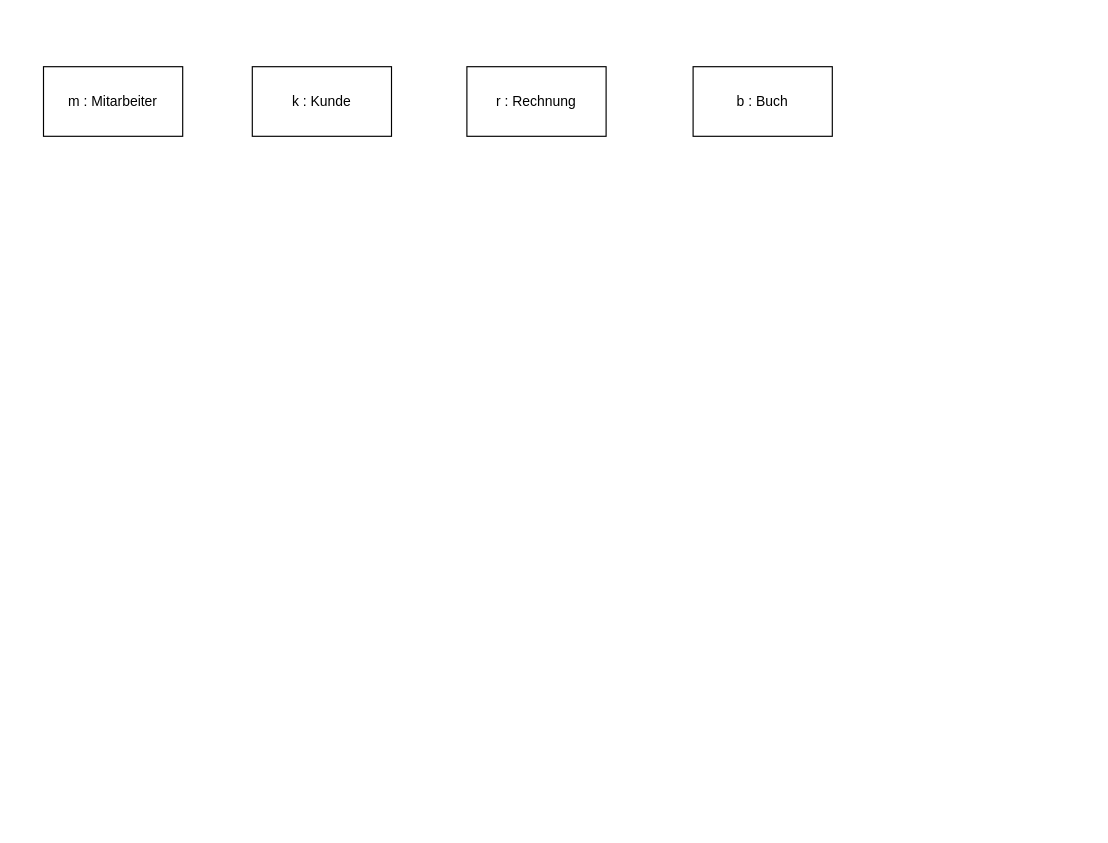
Before: Tag_4/sd_Bibliothek_Rechnung.drawio in McLutzifer/WIFI_SW-Engineering, a draw.io diagram. Source tidied: cells renumbered, new cells numbered last; positions are measured from the earlier drawing's top-left corner, leaving out a move shared by most shapes. Both pictures are drawn from the tidied source at 116%, with x=0, y=0 at pixel (43, 66).
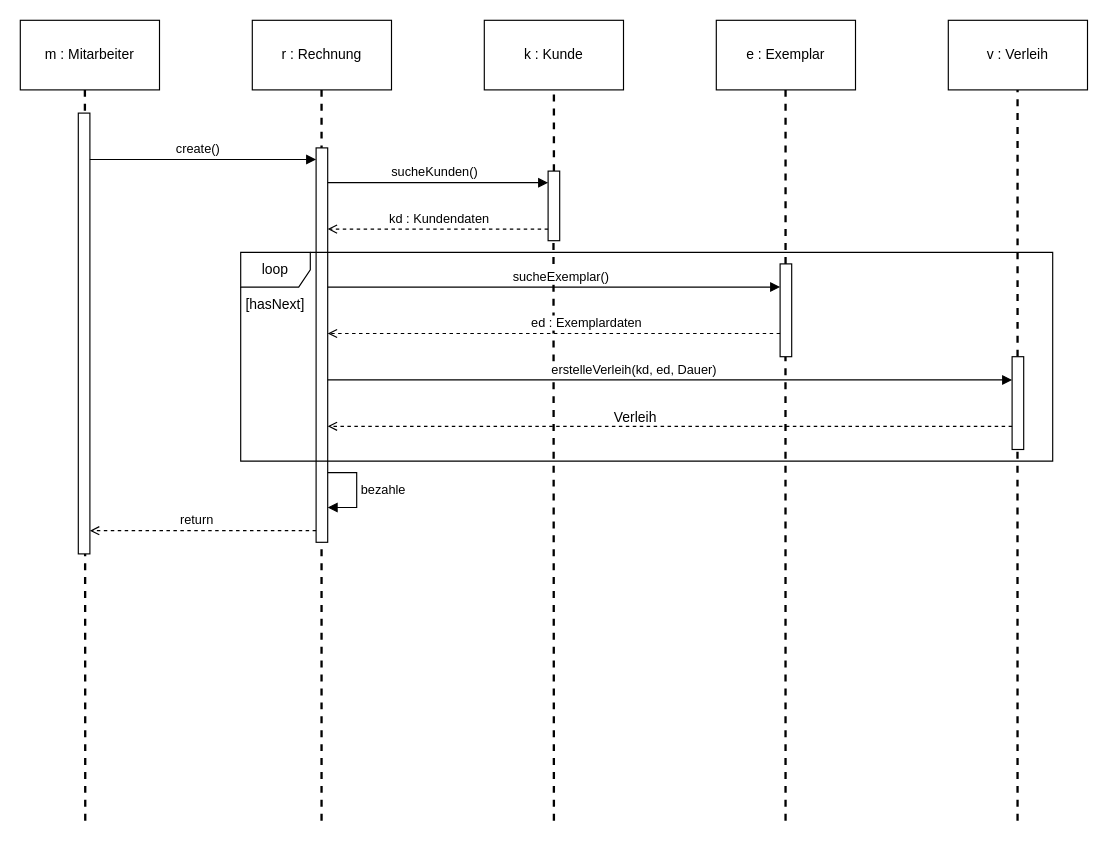
The same diagram, later.

The edit, as a diff of the source:
```diff
@@
     <mxCell id="2" value="m : Mitarbeiter" style="rounded=0;whiteSpace=wrap;html=1;" parent="1" vertex="1">
-      <mxGeometry width="120" height="60" as="geometry" />
+      <mxGeometry x="-20" y="-40" width="120" height="60" as="geometry" />
     </mxCell>
     <mxCell id="3" value="r : Rechnung" style="rounded=0;whiteSpace=wrap;html=1;" parent="1" vertex="1">
-      <mxGeometry x="365" width="120" height="60" as="geometry" />
+      <mxGeometry x="180" y="-40" width="120" height="60" as="geometry" />
     </mxCell>
-    <mxCell id="4" value="b : Buch" style="rounded=0;whiteSpace=wrap;html=1;" parent="1" vertex="1">
-      <mxGeometry x="560" width="120" height="60" as="geometry" />
+    <mxCell id="4" value="e : Exemplar" style="rounded=0;whiteSpace=wrap;html=1;" parent="1" vertex="1">
+      <mxGeometry x="580" y="-40" width="120" height="60" as="geometry" />
     </mxCell>
     <mxCell id="5" value="k : Kunde" style="rounded=0;whiteSpace=wrap;html=1;" parent="1" vertex="1">
-      <mxGeometry x="180" width="120" height="60" as="geometry" />
+      <mxGeometry x="380" y="-40" width="120" height="60" as="geometry" />
     </mxCell>
+    <mxCell id="6" value="v : Verleih" style="rounded=0;whiteSpace=wrap;html=1;" parent="1" vertex="1">
+      <mxGeometry x="780" y="-40" width="120" height="60" as="geometry" />
+    </mxCell>
+    <mxCell id="7" style="endArrow=none;dashed=1;html=1;rounded=0;entryX=0.464;entryY=1.002;entryDx=0;entryDy=0;entryPerimeter=0;strokeWidth=2;" parent="1" edge="1" target="2">
+      <mxGeometry relative="1" as="geometry">
+        <mxPoint x="36" y="650" as="sourcePoint" />
+      </mxGeometry>
+    </mxCell>
+    <mxCell id="8" style="endArrow=none;dashed=1;html=1;rounded=0;entryX=0.464;entryY=1.002;entryDx=0;entryDy=0;entryPerimeter=0;strokeWidth=2;" parent="1" edge="1">
+      <mxGeometry relative="1" as="geometry">
+        <mxPoint x="239.7" y="650" as="sourcePoint" />
+        <mxPoint x="239.7" y="20" as="targetPoint" />
+      </mxGeometry>
+    </mxCell>
+    <mxCell id="9" style="endArrow=none;dashed=1;html=1;rounded=0;entryX=0.464;entryY=1.002;entryDx=0;entryDy=0;entryPerimeter=0;strokeWidth=2;" parent="1" edge="1" source="17">
+      <mxGeometry relative="1" as="geometry">
+        <mxPoint x="440" y="20" as="targetPoint" />
+      </mxGeometry>
+    </mxCell>
+    <mxCell id="10" style="endArrow=none;dashed=1;html=1;rounded=0;entryX=0.464;entryY=1.002;entryDx=0;entryDy=0;entryPerimeter=0;strokeWidth=2;" parent="1" edge="1" source="23">
+      <mxGeometry relative="1" as="geometry">
+        <mxPoint x="639.7" y="20" as="targetPoint" />
+      </mxGeometry>
+    </mxCell>
+    <mxCell id="11" style="endArrow=none;dashed=1;html=1;rounded=0;entryX=0.464;entryY=1.002;entryDx=0;entryDy=0;entryPerimeter=0;strokeWidth=2;" parent="1" edge="1" source="29">
+      <mxGeometry relative="1" as="geometry">
+        <mxPoint x="839.7" y="20" as="targetPoint" />
+      </mxGeometry>
+    </mxCell>
+    <mxCell id="12" style="html=1;points=[];perimeter=orthogonalPerimeter;outlineConnect=0;targetShapes=umlLifeline;portConstraint=eastwest;newEdgeStyle={&quot;edgeStyle&quot;:&quot;elbowEdgeStyle&quot;,&quot;elbow&quot;:&quot;vertical&quot;,&quot;curved&quot;:0,&quot;rounded&quot;:0};" parent="1" vertex="1">
+      <mxGeometry x="30" y="40" width="10" height="380" as="geometry" />
+    </mxCell>
+    <mxCell id="13" style="html=1;points=[];perimeter=orthogonalPerimeter;outlineConnect=0;targetShapes=umlLifeline;portConstraint=eastwest;newEdgeStyle={&quot;edgeStyle&quot;:&quot;elbowEdgeStyle&quot;,&quot;elbow&quot;:&quot;vertical&quot;,&quot;curved&quot;:0,&quot;rounded&quot;:0};" parent="1" vertex="1">
+      <mxGeometry x="235" y="70" width="10" height="340" as="geometry" />
+    </mxCell>
+    <mxCell id="14" style="endArrow=block;html=1;rounded=0;endFill=1;" parent="1" edge="1" source="12" target="13">
+      <mxGeometry relative="1" as="geometry">
+        <Array as="points">
+          <mxPoint x="170" y="80" />
+        </Array>
+      </mxGeometry>
+    </mxCell>
+    <mxCell id="15" value="create()" style="edgeLabel;html=1;align=center;verticalAlign=middle;" parent="14" vertex="1">
+      <mxGeometry x="-0.29" relative="1" as="geometry">
+        <mxPoint x="23" y="-10" as="offset" />
+      </mxGeometry>
+    </mxCell>
+    <mxCell id="16" style="endArrow=none;dashed=1;html=1;rounded=0;entryX=0.464;entryY=1.002;entryDx=0;entryDy=0;entryPerimeter=0;strokeWidth=2;" parent="1" edge="1" target="17">
+      <mxGeometry relative="1" as="geometry">
+        <mxPoint x="440" y="650" as="sourcePoint" />
+      </mxGeometry>
+    </mxCell>
+    <mxCell id="17" style="html=1;points=[];perimeter=orthogonalPerimeter;outlineConnect=0;targetShapes=umlLifeline;portConstraint=eastwest;newEdgeStyle={&quot;edgeStyle&quot;:&quot;elbowEdgeStyle&quot;,&quot;elbow&quot;:&quot;vertical&quot;,&quot;curved&quot;:0,&quot;rounded&quot;:0};" parent="1" vertex="1">
+      <mxGeometry x="435" y="90" width="10" height="60" as="geometry" />
+    </mxCell>
+    <mxCell id="18" style="endArrow=block;html=1;rounded=0;endFill=1;" parent="1" edge="1" source="13" target="17">
+      <mxGeometry relative="1" as="geometry">
+        <Array as="points">
+          <mxPoint x="330" y="100" />
+        </Array>
+      </mxGeometry>
+    </mxCell>
+    <mxCell id="19" value="sucheKunden()" style="edgeLabel;html=1;align=center;verticalAlign=middle;" parent="18" vertex="1">
+      <mxGeometry x="-0.04" y="1" relative="1" as="geometry">
+        <mxPoint y="-9" as="offset" />
+      </mxGeometry>
+    </mxCell>
+    <mxCell id="20" style="endArrow=open;html=1;rounded=0;dashed=1;endFill=0;" parent="1" edge="1" source="17" target="13">
+      <mxGeometry relative="1" as="geometry">
+        <Array as="points">
+          <mxPoint x="370" y="140" />
+        </Array>
+      </mxGeometry>
+    </mxCell>
+    <mxCell id="21" value="kd : Kundendaten" style="edgeLabel;html=1;align=center;verticalAlign=middle;" parent="20" vertex="1">
+      <mxGeometry x="0.2" relative="1" as="geometry">
+        <mxPoint x="19" y="-10" as="offset" />
+      </mxGeometry>
+    </mxCell>
+    <mxCell id="22" style="endArrow=none;dashed=1;html=1;rounded=0;entryX=0.464;entryY=1.002;entryDx=0;entryDy=0;entryPerimeter=0;strokeWidth=2;" parent="1" edge="1" target="23">
+      <mxGeometry relative="1" as="geometry">
+        <mxPoint x="639.7" y="650" as="sourcePoint" />
+      </mxGeometry>
+    </mxCell>
+    <mxCell id="23" style="html=1;points=[];perimeter=orthogonalPerimeter;outlineConnect=0;targetShapes=umlLifeline;portConstraint=eastwest;newEdgeStyle={&quot;edgeStyle&quot;:&quot;elbowEdgeStyle&quot;,&quot;elbow&quot;:&quot;vertical&quot;,&quot;curved&quot;:0,&quot;rounded&quot;:0};" parent="1" vertex="1">
+      <mxGeometry x="635" y="170" width="10" height="80" as="geometry" />
+    </mxCell>
+    <mxCell id="24" style="endArrow=block;html=1;rounded=0;endFill=1;" parent="1" edge="1" source="13" target="23">
+      <mxGeometry relative="1" as="geometry">
+        <Array as="points">
+          <mxPoint x="340" y="190" />
+          <mxPoint x="400" y="190" />
+          <mxPoint x="460" y="190" />
+          <mxPoint x="500" y="190" />
+          <mxPoint x="590" y="190" />
+        </Array>
+      </mxGeometry>
+    </mxCell>
+    <mxCell id="25" value="sucheExemplar()" style="edgeLabel;html=1;align=center;verticalAlign=middle;" parent="24" vertex="1">
+      <mxGeometry x="0.45" y="1" relative="1" as="geometry">
+        <mxPoint x="-83" y="-9" as="offset" />
+      </mxGeometry>
+    </mxCell>
+    <mxCell id="26" style="endArrow=open;html=1;rounded=0;endFill=0;dashed=1;" parent="1" edge="1" source="23" target="13">
+      <mxGeometry relative="1" as="geometry">
+        <Array as="points">
+          <mxPoint x="520" y="230" />
+        </Array>
+      </mxGeometry>
+    </mxCell>
+    <mxCell id="27" value="ed : Exemplardaten" style="edgeLabel;html=1;align=center;verticalAlign=middle;" parent="26" vertex="1">
+      <mxGeometry x="-0.14" y="-3" relative="1" as="geometry">
+        <mxPoint y="-7" as="offset" />
+      </mxGeometry>
+    </mxCell>
+    <mxCell id="28" style="endArrow=none;dashed=1;html=1;rounded=0;entryX=0.464;entryY=1.002;entryDx=0;entryDy=0;entryPerimeter=0;strokeWidth=2;" parent="1" edge="1" target="29">
+      <mxGeometry relative="1" as="geometry">
+        <mxPoint x="839.7" y="650" as="sourcePoint" />
+      </mxGeometry>
+    </mxCell>
+    <mxCell id="29" style="html=1;points=[];perimeter=orthogonalPerimeter;outlineConnect=0;targetShapes=umlLifeline;portConstraint=eastwest;newEdgeStyle={&quot;edgeStyle&quot;:&quot;elbowEdgeStyle&quot;,&quot;elbow&quot;:&quot;vertical&quot;,&quot;curved&quot;:0,&quot;rounded&quot;:0};" parent="1" vertex="1">
+      <mxGeometry x="835" y="250" width="10" height="80" as="geometry" />
+    </mxCell>
+    <mxCell id="30" style="endArrow=block;html=1;rounded=0;endFill=1;" parent="1" edge="1" source="13" target="29">
+      <mxGeometry relative="1" as="geometry">
+        <Array as="points">
+          <mxPoint x="730" y="270" />
+        </Array>
+      </mxGeometry>
+    </mxCell>
+    <mxCell id="31" value="erstelleVerleih(kd, ed, Dauer)" style="edgeLabel;html=1;align=center;verticalAlign=middle;" parent="30" vertex="1">
+      <mxGeometry x="-0.11" y="2" relative="1" as="geometry">
+        <mxPoint y="-8" as="offset" />
+      </mxGeometry>
+    </mxCell>
+    <mxCell id="32" style="endArrow=open;html=1;rounded=0;dashed=1;endFill=0;" parent="1" edge="1" source="29" target="13">
+      <mxGeometry relative="1" as="geometry">
+        <Array as="points">
+          <mxPoint x="500" y="310" />
+        </Array>
+      </mxGeometry>
+    </mxCell>
+    <mxCell id="33" value="Verleih" style="text;html=1;align=center;verticalAlign=middle;strokeColor=none;fillColor=none;" parent="1" vertex="1">
+      <mxGeometry x="480" y="288" width="60" height="30" as="geometry" />
+    </mxCell>
+    <mxCell id="34" value="bezahle" style="html=1;align=left;spacingLeft=2;endArrow=block;rounded=0;edgeStyle=orthogonalEdgeStyle;curved=0;rounded=0;" parent="1" edge="1">
+      <mxGeometry relative="1" as="geometry">
+        <mxPoint x="245" y="350" as="sourcePoint" />
+        <mxPoint x="245" y="380" as="targetPoint" />
+        <Array as="points">
+          <mxPoint x="270" y="380" />
+        </Array>
+      </mxGeometry>
+    </mxCell>
+    <mxCell id="35" style="endArrow=open;html=1;rounded=0;dashed=1;endFill=0;" parent="1" edge="1" source="13" target="12">
+      <mxGeometry relative="1" as="geometry">
+        <Array as="points">
+          <mxPoint x="110" y="400" />
+        </Array>
+      </mxGeometry>
+    </mxCell>
+    <mxCell id="36" value="return" style="edgeLabel;html=1;align=center;verticalAlign=middle;" parent="35" vertex="1">
+      <mxGeometry x="0.05" y="-3" relative="1" as="geometry">
+        <mxPoint x="-2" y="-7" as="offset" />
+      </mxGeometry>
+    </mxCell>
+    <mxCell id="37" value="loop" style="shape=umlFrame;whiteSpace=wrap;html=1;" parent="1" vertex="1">
+      <mxGeometry x="170" y="160" width="700" height="180" as="geometry" />
+    </mxCell>
+    <mxCell id="38" value="[hasNext]" style="text;html=1;strokeColor=none;fillColor=none;align=center;verticalAlign=middle;whiteSpace=wrap;rounded=0;" parent="1" vertex="1">
+      <mxGeometry x="170" y="200" width="60" height="10" as="geometry" />
+    </mxCell>
```
